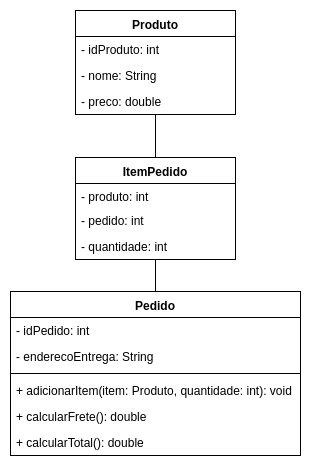
The draw.io diagram pedido/LojaEletronicosDiagrama.png in rebeccamoraes/ds-2019-02, before a commit. Source tidied: cells renumbered, new cells last; positions are measured from the earlier drawing's top-left corner, leaving out a move shared by most shapes.
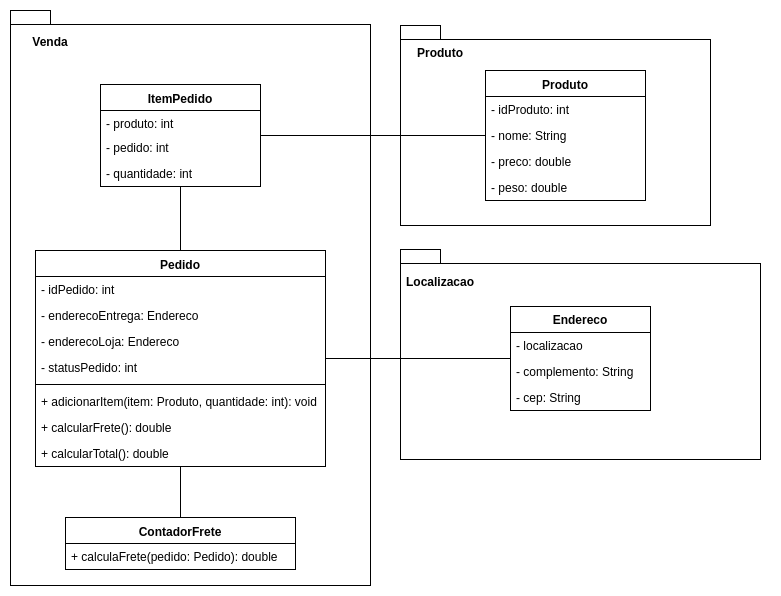
Above is the later version.

Commit message:
Atualizando Diagrama da de Pedido, no contexto de uma loja de eletronicos.

Diff of the diagram source:
```diff
@@ -2,26 +2,44 @@
   <root>
     <mxCell id="0" />
     <mxCell id="1" parent="0" />
+    <mxCell id="19" style="group;" parent="1" vertex="1">
+      <mxGeometry x="420" y="-53" width="310" height="200" as="geometry" />
+    </mxCell>
+    <mxCell id="20" style="shape=folder;fontStyle=1;spacingTop=10;tabWidth=40;tabHeight=14;tabPosition=left;html=1;" parent="19" vertex="1">
+      <mxGeometry width="310" height="200" as="geometry" />
+    </mxCell>
+    <mxCell id="21" value="Produto" style="text;align=center;fontStyle=1;verticalAlign=middle;spacingLeft=3;spacingRight=3;strokeColor=none;" parent="19" vertex="1">
+      <mxGeometry y="15" width="80" height="26" as="geometry" />
+    </mxCell>
+    <mxCell id="22" style="shape=folder;fontStyle=1;spacingTop=10;tabWidth=40;tabHeight=14;tabPosition=left;html=1;" parent="1" vertex="1">
+      <mxGeometry x="30" y="-68" width="360" height="575" as="geometry" />
+    </mxCell>
     <mxCell id="2" value="Pedido" style="swimlane;fontStyle=1;align=center;verticalAlign=top;horizontal=1;startSize=26;" parent="1" vertex="1">
-      <mxGeometry y="281" width="290" height="164" as="geometry" />
+      <mxGeometry x="55" y="172" width="290" height="216" as="geometry" />
     </mxCell>
     <mxCell id="3" value="- idPedido: int" style="text;strokeColor=none;fillColor=none;align=left;verticalAlign=top;spacingLeft=4;spacingRight=4;overflow=hidden;" parent="2" vertex="1">
       <mxGeometry y="26" width="290" height="26" as="geometry" />
     </mxCell>
-    <mxCell id="4" value="- enderecoEntrega: String" style="text;strokeColor=none;fillColor=none;align=left;verticalAlign=top;spacingLeft=4;spacingRight=4;overflow=hidden;" parent="2" vertex="1">
+    <mxCell id="4" value="- enderecoEntrega: Endereco" style="text;strokeColor=none;fillColor=none;align=left;verticalAlign=top;spacingLeft=4;spacingRight=4;overflow=hidden;" parent="2" vertex="1">
       <mxGeometry y="52" width="290" height="26" as="geometry" />
     </mxCell>
+    <mxCell id="23" value="- enderecoLoja: Endereco" style="text;strokeColor=none;fillColor=none;align=left;verticalAlign=top;spacingLeft=4;spacingRight=4;overflow=hidden;" parent="2" vertex="1">
+      <mxGeometry y="78" width="290" height="26" as="geometry" />
+    </mxCell>
+    <mxCell id="24" value="- statusPedido: int" style="text;strokeColor=none;fillColor=none;align=left;verticalAlign=top;spacingLeft=4;spacingRight=4;overflow=hidden;" parent="2" vertex="1">
+      <mxGeometry y="104" width="290" height="26" as="geometry" />
+    </mxCell>
     <mxCell id="5" style="line;strokeWidth=1;fillColor=none;align=left;verticalAlign=middle;spacingTop=-1;spacingLeft=3;spacingRight=3;labelPosition=right;" parent="2" vertex="1">
-      <mxGeometry y="78" width="290" height="8" as="geometry" />
+      <mxGeometry y="130" width="290" height="8" as="geometry" />
     </mxCell>
     <mxCell id="6" value="+ adicionarItem(item: Produto, quantidade: int): void" style="text;strokeColor=none;fillColor=none;align=left;verticalAlign=top;spacingLeft=4;spacingRight=4;overflow=hidden;" parent="2" vertex="1">
-      <mxGeometry y="86" width="290" height="26" as="geometry" />
+      <mxGeometry y="138" width="290" height="26" as="geometry" />
     </mxCell>
     <mxCell id="7" value="+ calcularFrete(): double" style="text;strokeColor=none;fillColor=none;align=left;verticalAlign=top;spacingLeft=4;spacingRight=4;overflow=hidden;" parent="2" vertex="1">
-      <mxGeometry y="112" width="290" height="26" as="geometry" />
+      <mxGeometry y="164" width="290" height="26" as="geometry" />
     </mxCell>
     <mxCell id="8" value="+ calcularTotal(): double" style="text;strokeColor=none;fillColor=none;align=left;verticalAlign=top;spacingLeft=4;spacingRight=4;overflow=hidden;" parent="2" vertex="1">
-      <mxGeometry y="138" width="290" height="26" as="geometry" />
+      <mxGeometry y="190" width="290" height="26" as="geometry" />
     </mxCell>
     <mxCell id="9" style="edgeStyle=orthogonalEdgeStyle;rounded=0;jettySize=auto;html=1;entryX=0.5;entryY=0;entryDx=0;entryDy=0;endArrow=none;endFill=0;" parent="1" edge="1" source="11" target="2">
       <mxGeometry relative="1" as="geometry" />
@@ -30,7 +48,7 @@
       <mxGeometry relative="1" as="geometry" />
     </mxCell>
     <mxCell id="11" value="ItemPedido" style="swimlane;fontStyle=1;align=center;verticalAlign=top;horizontal=1;startSize=26;" parent="1" vertex="1">
-      <mxGeometry x="65" y="147" width="160" height="102" as="geometry" />
+      <mxGeometry x="120" y="6" width="160" height="102" as="geometry" />
     </mxCell>
     <mxCell id="12" value="- produto: int" style="text;strokeColor=none;fillColor=none;align=left;verticalAlign=top;spacingLeft=4;spacingRight=4;overflow=hidden;" parent="11" vertex="1">
       <mxGeometry y="26" width="160" height="24" as="geometry" />
@@ -42,7 +60,7 @@
       <mxGeometry y="76" width="160" height="26" as="geometry" />
     </mxCell>
     <mxCell id="15" value="Produto" style="swimlane;fontStyle=1;align=center;verticalAlign=top;horizontal=1;startSize=26;" parent="1" vertex="1">
-      <mxGeometry x="65" width="160" height="104" as="geometry" />
+      <mxGeometry x="505" y="-8" width="160" height="130" as="geometry" />
     </mxCell>
     <mxCell id="16" value="- idProduto: int" style="text;strokeColor=none;fillColor=none;align=left;verticalAlign=top;spacingLeft=4;spacingRight=4;overflow=hidden;" parent="15" vertex="1">
       <mxGeometry y="26" width="160" height="26" as="geometry" />
@@ -53,5 +71,47 @@
     <mxCell id="18" value="- preco: double" style="text;strokeColor=none;fillColor=none;align=left;verticalAlign=top;spacingLeft=4;spacingRight=4;overflow=hidden;" parent="15" vertex="1">
       <mxGeometry y="78" width="160" height="26" as="geometry" />
     </mxCell>
+    <mxCell id="25" value="- peso: double" style="text;strokeColor=none;fillColor=none;align=left;verticalAlign=top;spacingLeft=4;spacingRight=4;overflow=hidden;" parent="15" vertex="1">
+      <mxGeometry y="104" width="160" height="26" as="geometry" />
+    </mxCell>
+    <mxCell id="26" value="Venda" style="text;align=center;fontStyle=1;verticalAlign=middle;spacingLeft=3;spacingRight=3;strokeColor=none;" parent="1" vertex="1">
+      <mxGeometry x="30" y="-49" width="80" height="26" as="geometry" />
+    </mxCell>
+    <mxCell id="27" style="group;" parent="1" vertex="1">
+      <mxGeometry x="430" y="177" width="360" height="210" as="geometry" />
+    </mxCell>
+    <mxCell id="28" style="group;" parent="27" vertex="1">
+      <mxGeometry x="-10" y="-6" width="360" height="210" as="geometry" />
+    </mxCell>
+    <mxCell id="29" style="shape=folder;fontStyle=1;spacingTop=10;tabWidth=40;tabHeight=14;tabPosition=left;html=1;" parent="28" vertex="1">
+      <mxGeometry width="360" height="210" as="geometry" />
+    </mxCell>
+    <mxCell id="30" value="Localizacao" style="text;align=center;fontStyle=1;verticalAlign=middle;spacingLeft=3;spacingRight=3;strokeColor=none;" parent="28" vertex="1">
+      <mxGeometry y="20" width="80" height="26" as="geometry" />
+    </mxCell>
+    <mxCell id="31" value="Endereco" style="swimlane;fontStyle=1;horizontal=1;startSize=26;fillColor=none;" parent="27" vertex="1">
+      <mxGeometry x="100" y="51" width="140" height="104" as="geometry" />
+    </mxCell>
+    <mxCell id="32" value="- localizacao" style="text;strokeColor=none;fillColor=none;align=left;verticalAlign=top;spacingLeft=4;spacingRight=4;overflow=hidden;" parent="31" vertex="1">
+      <mxGeometry y="26" width="140" height="26" as="geometry" />
+    </mxCell>
+    <mxCell id="33" value="- complemento: String" style="text;strokeColor=none;fillColor=none;align=left;verticalAlign=top;spacingLeft=4;spacingRight=4;overflow=hidden;" parent="31" vertex="1">
+      <mxGeometry y="52" width="140" height="26" as="geometry" />
+    </mxCell>
+    <mxCell id="34" value="- cep: String" style="text;strokeColor=none;fillColor=none;align=left;verticalAlign=top;spacingLeft=4;spacingRight=4;overflow=hidden;" parent="31" vertex="1">
+      <mxGeometry y="78" width="140" height="26" as="geometry" />
+    </mxCell>
+    <mxCell id="35" style="edgeStyle=orthogonalEdgeStyle;rounded=0;jettySize=auto;html=1;endArrow=none;endFill=0;" parent="1" edge="1" source="36" target="2">
+      <mxGeometry relative="1" as="geometry" />
+    </mxCell>
+    <mxCell id="36" value="ContadorFrete" style="swimlane;fontStyle=1;align=center;verticalAlign=top;horizontal=1;startSize=26;" parent="1" vertex="1">
+      <mxGeometry x="85" y="439" width="230" height="52" as="geometry" />
+    </mxCell>
+    <mxCell id="37" value="+ calculaFrete(pedido: Pedido): double" style="text;strokeColor=none;fillColor=none;align=left;verticalAlign=top;spacingLeft=4;spacingRight=4;overflow=hidden;" parent="36" vertex="1">
+      <mxGeometry y="26" width="230" height="26" as="geometry" />
+    </mxCell>
+    <mxCell id="38" style="edgeStyle=orthogonalEdgeStyle;rounded=0;jettySize=auto;html=1;endArrow=none;endFill=0;" parent="1" edge="1" source="2" target="31">
+      <mxGeometry relative="1" as="geometry" />
+    </mxCell>
   </root>
 </mxGraphModel>
```
